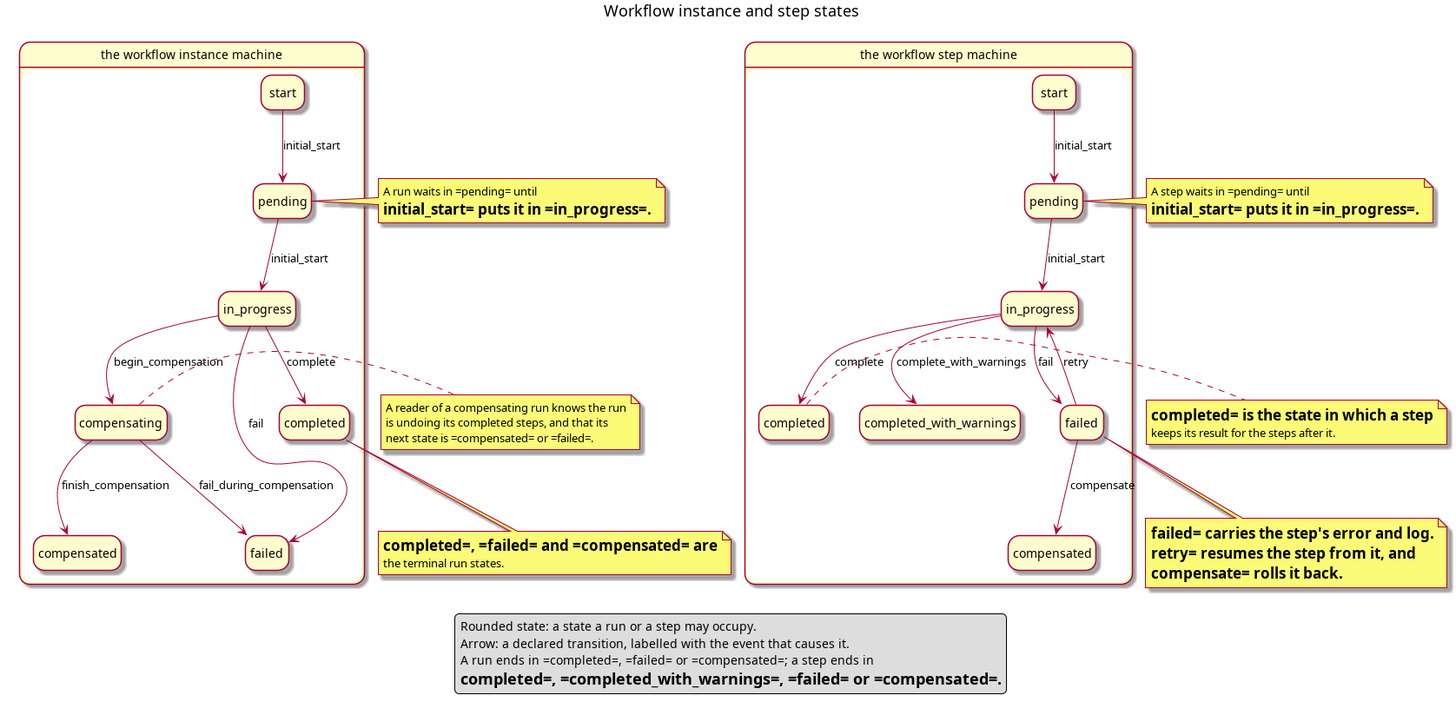
This is doc/knowledge/architecture/workflow_instance_states.png from OreStudio/OreStudio, a PlantUML export, as it was before one commit. Its source is kept beside it as doc/knowledge/architecture/workflow_instance_states.puml. Its diagram source:
```plantuml
@startuml

title Workflow instance and step states

hide empty description

state "the workflow instance machine" as wi {
    state "start" as i_start <<start>>
    state "pending" as i_pend
    state "in_progress" as i_prog
    state "completed" as i_done
    state "failed" as i_fail
    state "compensating" as i_comp
    state "compensated" as i_compd
}

state "the workflow step machine" as ws {
    state "start" as s_start <<start>>
    state "pending" as s_pend
    state "in_progress" as s_prog
    state "completed" as s_done
    state "completed_with_warnings" as s_warn
    state "failed" as s_fail
    state "compensated" as s_compd
}

i_start --> i_pend : initial_start
i_pend --> i_prog : initial_start
i_prog --> i_done : complete
i_prog --> i_fail : fail
i_prog --> i_comp : begin_compensation
i_comp --> i_compd : finish_compensation
i_comp --> i_fail : fail_during_compensation

s_start --> s_pend : initial_start
s_pend --> s_prog : initial_start
s_prog --> s_done : complete
s_prog --> s_warn : complete_with_warnings
s_prog --> s_fail : fail
s_fail --> s_compd : compensate
s_fail --> s_prog : retry

note right of i_pend
    A run waits in =pending= until
    =initial_start= puts it in =in_progress=.
end note

note right of i_comp
    A reader of a compensating run knows the run
    is undoing its completed steps, and that its
    next state is =compensated= or =failed=.
end note

note right of s_pend
    A step waits in =pending= until
    =initial_start= puts it in =in_progress=.
end note

note right of s_done
    =completed= is the state in which a step
    keeps its result for the steps after it.
end note

note bottom of s_fail
    =failed= carries the step's error and log.
    =retry= resumes the step from it, and
    =compensate= rolls it back.
end note

note bottom of i_done
    =completed=, =failed= and =compensated= are
    the terminal run states.
end note

legend bottom
    Rounded state: a state a run or a step may occupy.
    Arrow: a declared transition, labelled with the event that causes it.
    A run ends in =completed=, =failed= or =compensated=; a step ends in
    =completed=, =completed_with_warnings=, =failed= or =compensated=.
end legend

@enduml
```
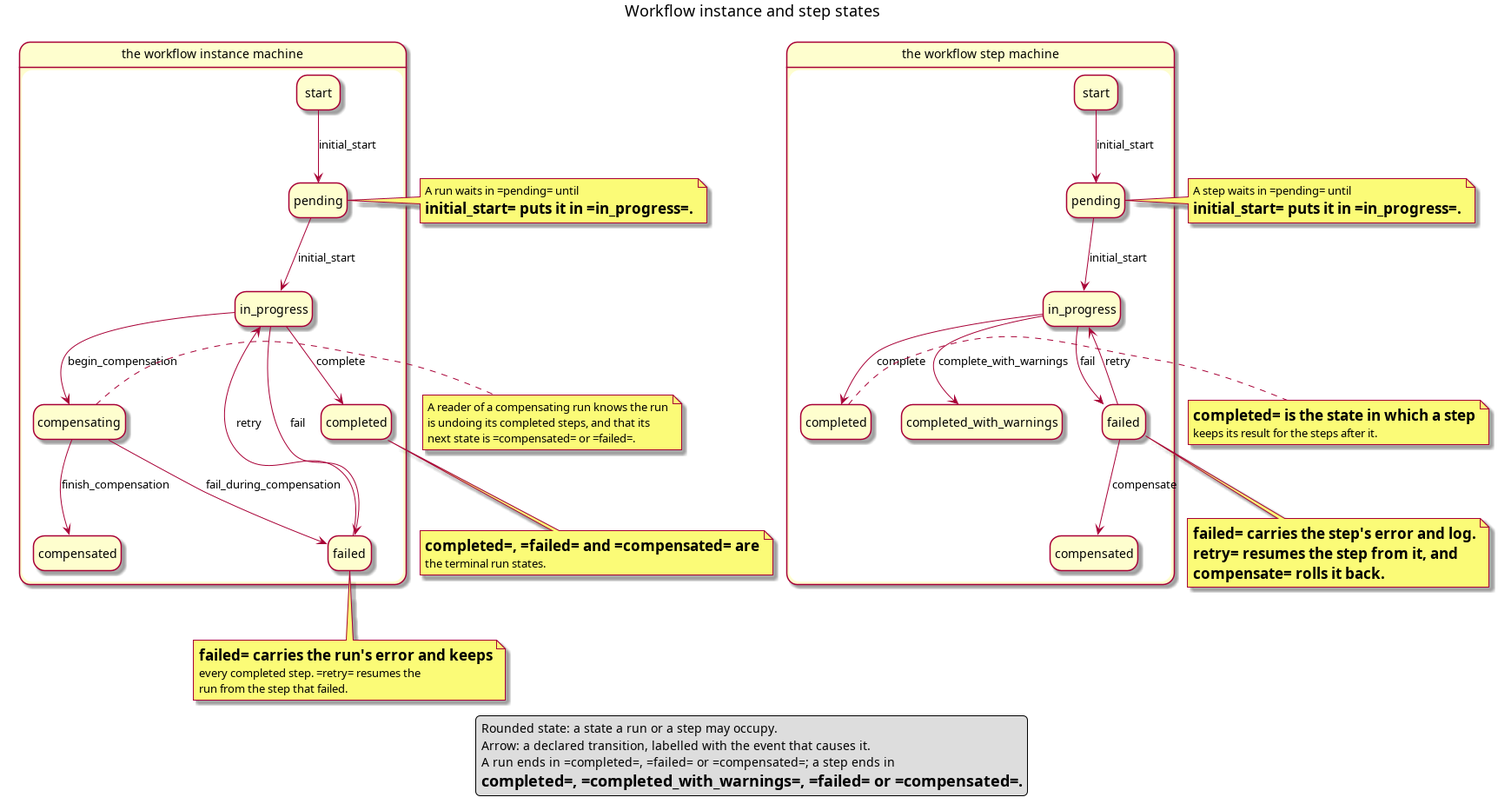
Later version of the same file.

What changed in the source:
```diff
@@ -31,6 +31,7 @@
 i_prog --> i_comp : begin_compensation
 i_comp --> i_compd : finish_compensation
 i_comp --> i_fail : fail_during_compensation
+i_fail --> i_prog : retry
 
 s_start --> s_pend : initial_start
 s_pend --> s_prog : initial_start
@@ -67,6 +68,12 @@
     =compensate= rolls it back.
 end note
 
+note bottom of i_fail
+    =failed= carries the run's error and keeps
+    every completed step. =retry= resumes the
+    run from the step that failed.
+end note
+
 note bottom of i_done
     =completed=, =failed= and =compensated= are
     the terminal run states.
```
